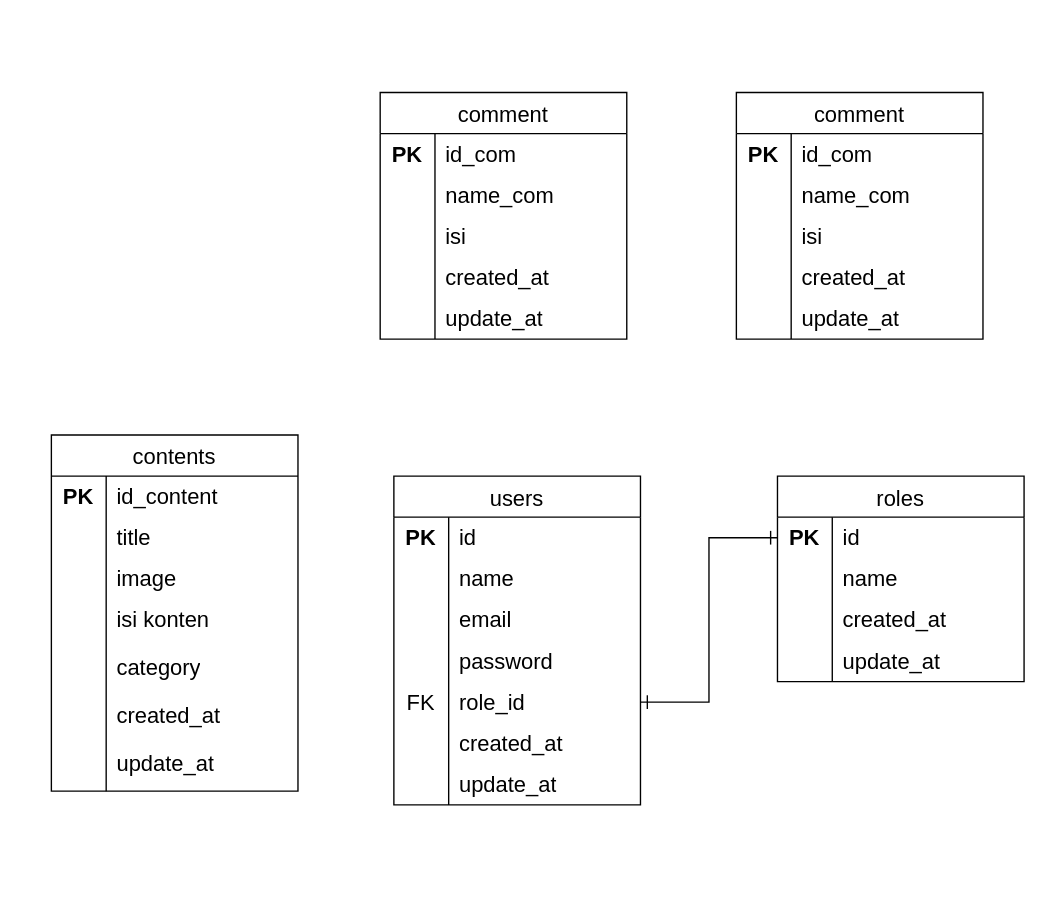
MzXax1/Planding keeps this draw.io diagram as page "db desain" (1 of 4) of Diagram Tanpa Judul.drawio. Above is the earlier version. Source tidied: cells renumbered, new cells numbered last; positions are measured from the earlier drawing's top-left corner, leaving out a move shared by most shapes. Both pictures are drawn from the tidied source at 137%, with x=0, y=0 at pixel (51, 92).
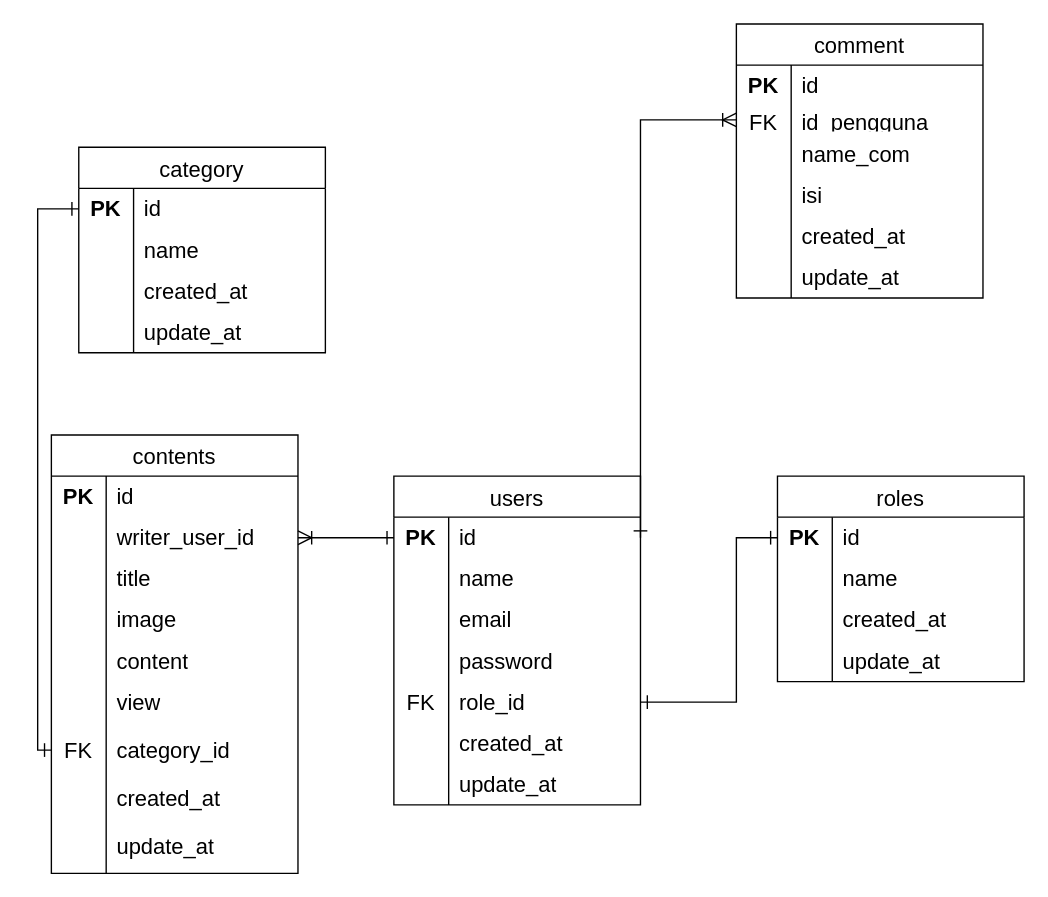
The same page after the edit.

The change refers to these unchanged cells:
```xml
<mxCell id="3" style="shape=tableRow;horizontal=0;startSize=0;swimlaneHead=0;swimlaneBody=0;top=0;left=0;bottom=0;right=0;fillColor=none;points=[[0,0.5],[1,0.5]];portConstraint=eastwest;strokeColor=inherit;fontSize=16;" parent="2" vertex="1">
  <mxGeometry y="30" width="180" height="30" as="geometry" />
</mxCell>
<mxCell id="15" style="shape=tableRow;horizontal=0;startSize=0;swimlaneHead=0;swimlaneBody=0;top=0;left=0;bottom=0;right=0;fillColor=none;points=[[0,0.5],[1,0.5]];portConstraint=eastwest;strokeColor=inherit;fontSize=16;" parent="2" vertex="1">
  <mxGeometry y="150" width="180" height="30" as="geometry" />
</mxCell>
<mxCell id="25" style="shape=tableRow;horizontal=0;startSize=0;swimlaneHead=0;swimlaneBody=0;top=0;left=0;bottom=0;right=0;fillColor=none;points=[[0,0.5],[1,0.5]];portConstraint=eastwest;strokeColor=inherit;fontSize=16;" parent="24" vertex="1">
  <mxGeometry y="30" width="180" height="30" as="geometry" />
</mxCell>
<mxCell id="39" style="shape=tableRow;horizontal=0;startSize=0;swimlaneHead=0;swimlaneBody=0;top=0;left=0;bottom=0;right=0;fillColor=none;strokeColor=inherit;fontSize=16;verticalAlign=bottom;" parent="38" vertex="1">
  <mxGeometry y="30" width="180" height="30" as="geometry" />
</mxCell>
<mxCell id="61" style="shape=tableRow;horizontal=0;startSize=0;swimlaneHead=0;swimlaneBody=0;top=0;left=0;bottom=0;right=0;fillColor=none;strokeColor=inherit;fontSize=16;" parent="60" vertex="1">
  <mxGeometry y="30" width="180" height="30" as="geometry" />
</mxCell>
<mxCell id="77" style="shape=tableRow;horizontal=0;startSize=0;swimlaneHead=0;swimlaneBody=0;top=0;left=0;bottom=0;right=0;fillColor=none;points=[[0,0.5],[1,0.5]];portConstraint=eastwest;strokeColor=inherit;fontSize=16;" parent="76" vertex="1">
  <mxGeometry y="30" width="180" height="30" as="geometry" />
</mxCell>
<mxCell id="80" style="shape=tableRow;horizontal=0;startSize=0;swimlaneHead=0;swimlaneBody=0;top=0;left=0;bottom=0;right=0;fillColor=none;strokeColor=inherit;fontSize=16;" parent="76" vertex="1">
  <mxGeometry y="60" width="180" height="30" as="geometry" />
</mxCell>
```

Diff of the diagram source:
```diff
@@
-<mxGraphModel>
+<mxGraphModel background="#ffffff">
@@
     <mxCell id="37" style="edgeStyle=elbowEdgeStyle;elbow=horizontal;endArrow=ERone;html=1;curved=0;rounded=0;endSize=8;startSize=8;entryX=0;entryY=0.5;entryDx=0;entryDy=0;exitX=1;exitY=0.5;exitDx=0;exitDy=0;startArrow=ERone;startFill=0;endFill=0;" parent="1" edge="1" source="15" target="25">
-      <mxGeometry relative="1" as="geometry" />
+      <mxGeometry relative="1" as="geometry">
+        <Array as="points">
+          <mxPoint x="500" y="370" />
+        </Array>
+      </mxGeometry>
     </mxCell>
     <mxCell id="38" value="contents" style="shape=table;startSize=30;childLayout=tableLayout;rowLines=0;fontStyle=0;strokeColor=default;fontSize=16;" parent="1" vertex="1">
-      <mxGeometry y="250" width="180" height="260" as="geometry" />
+      <mxGeometry y="250" width="180" height="320" as="geometry" />
     </mxCell>
@@
-    <mxCell id="41" value="id_content" style="shape=partialRectangle;html=1;whiteSpace=wrap;fillColor=none;top=0;left=0;bottom=0;right=0;align=left;spacingLeft=6;overflow=hidden;strokeColor=inherit;fontSize=16;" parent="39" vertex="1">
+    <mxCell id="41" value="id" style="shape=partialRectangle;html=1;whiteSpace=wrap;fillColor=none;top=0;left=0;bottom=0;right=0;align=left;spacingLeft=6;overflow=hidden;strokeColor=inherit;fontSize=16;" parent="39" vertex="1">
       <mxGeometry x="40" width="140" height="30" as="geometry" />
     </mxCell>
+    <mxCell id="92" style="shape=tableRow;horizontal=0;startSize=0;swimlaneHead=0;swimlaneBody=0;top=0;left=0;bottom=0;right=0;fillColor=none;points=[[0,0.5],[1,0.5]];portConstraint=eastwest;strokeColor=inherit;fontSize=16;verticalAlign=bottom;" parent="38" vertex="1">
+      <mxGeometry y="60" width="180" height="30" as="geometry" />
+    </mxCell>
+    <mxCell id="93" style="shape=partialRectangle;html=1;whiteSpace=wrap;fillColor=none;top=0;left=0;bottom=0;right=0;overflow=hidden;strokeColor=inherit;fontSize=16;" parent="92" vertex="1">
+      <mxGeometry width="40" height="30" as="geometry" />
+    </mxCell>
+    <mxCell id="94" value="writer_user_id" style="shape=partialRectangle;html=1;whiteSpace=wrap;fillColor=none;top=0;left=0;bottom=0;right=0;align=left;spacingLeft=6;overflow=hidden;strokeColor=inherit;fontSize=16;" parent="92" vertex="1">
+      <mxGeometry x="40" width="140" height="30" as="geometry" />
+    </mxCell>
     <mxCell id="42" style="shape=tableRow;horizontal=0;startSize=0;swimlaneHead=0;swimlaneBody=0;top=0;left=0;bottom=0;right=0;fillColor=none;strokeColor=inherit;fontSize=16;" parent="38" vertex="1">
-      <mxGeometry y="60" width="180" height="30" as="geometry" />
+      <mxGeometry y="90" width="180" height="30" as="geometry" />
     </mxCell>
@@
     <mxCell id="45" style="shape=tableRow;horizontal=0;startSize=0;swimlaneHead=0;swimlaneBody=0;top=0;left=0;bottom=0;right=0;fillColor=none;strokeColor=inherit;fontSize=16;" parent="38" vertex="1">
-      <mxGeometry y="90" width="180" height="30" as="geometry" />
+      <mxGeometry y="120" width="180" height="30" as="geometry" />
     </mxCell>
@@
     <mxCell id="48" style="shape=tableRow;horizontal=0;startSize=0;swimlaneHead=0;swimlaneBody=0;top=0;left=0;bottom=0;right=0;fillColor=none;strokeColor=inherit;fontSize=16;" parent="38" vertex="1">
-      <mxGeometry y="120" width="180" height="30" as="geometry" />
+      <mxGeometry y="150" width="180" height="30" as="geometry" />
     </mxCell>
@@
-    <mxCell id="50" value="isi konten" style="shape=partialRectangle;html=1;whiteSpace=wrap;fillColor=none;top=0;left=0;bottom=0;right=0;align=left;spacingLeft=6;overflow=hidden;strokeColor=inherit;fontSize=16;" parent="48" vertex="1">
+    <mxCell id="50" value="content" style="shape=partialRectangle;html=1;whiteSpace=wrap;fillColor=none;top=0;left=0;bottom=0;right=0;align=left;spacingLeft=6;overflow=hidden;strokeColor=inherit;fontSize=16;" parent="48" vertex="1">
       <mxGeometry x="40" width="140" height="30" as="geometry" />
     </mxCell>
+    <mxCell id="95" style="shape=tableRow;horizontal=0;startSize=0;swimlaneHead=0;swimlaneBody=0;top=0;left=0;bottom=0;right=0;fillColor=none;strokeColor=inherit;fontSize=16;" parent="38" vertex="1">
+      <mxGeometry y="180" width="180" height="30" as="geometry" />
+    </mxCell>
+    <mxCell id="96" style="shape=partialRectangle;html=1;whiteSpace=wrap;fillColor=none;top=0;left=0;bottom=0;right=0;overflow=hidden;strokeColor=inherit;fontSize=16;" parent="95" vertex="1">
+      <mxGeometry width="40" height="30" as="geometry" />
+    </mxCell>
+    <mxCell id="97" value="view" style="shape=partialRectangle;html=1;whiteSpace=wrap;fillColor=none;top=0;left=0;bottom=0;right=0;align=left;spacingLeft=6;overflow=hidden;strokeColor=inherit;fontSize=16;" parent="95" vertex="1">
+      <mxGeometry x="40" width="140" height="30" as="geometry" />
+    </mxCell>
     <mxCell id="51" style="shape=tableRow;horizontal=0;startSize=0;swimlaneHead=0;swimlaneBody=0;top=0;left=0;bottom=0;right=0;fillColor=none;points=[[0,0.5],[1,0.5]];portConstraint=eastwest;strokeColor=inherit;fontSize=16;" parent="38" vertex="1">
-      <mxGeometry y="150" width="180" height="40" as="geometry" />
+      <mxGeometry y="210" width="180" height="40" as="geometry" />
     </mxCell>
-    <mxCell id="52" style="shape=partialRectangle;html=1;whiteSpace=wrap;fillColor=none;top=0;left=0;bottom=0;right=0;overflow=hidden;strokeColor=inherit;fontSize=16;" parent="51" vertex="1">
+    <mxCell id="52" value="FK" style="shape=partialRectangle;html=1;whiteSpace=wrap;fillColor=none;top=0;left=0;bottom=0;right=0;overflow=hidden;strokeColor=inherit;fontSize=16;" parent="51" vertex="1">
       <mxGeometry width="40" height="40" as="geometry" />
     </mxCell>
-    <mxCell id="53" value="category" style="shape=partialRectangle;html=1;whiteSpace=wrap;fillColor=none;top=0;left=0;bottom=0;right=0;align=left;spacingLeft=6;overflow=hidden;strokeColor=inherit;fontSize=16;" parent="51" vertex="1">
+    <mxCell id="53" value="category_id" style="shape=partialRectangle;html=1;whiteSpace=wrap;fillColor=none;top=0;left=0;bottom=0;right=0;align=left;spacingLeft=6;overflow=hidden;strokeColor=inherit;fontSize=16;" parent="51" vertex="1">
       <mxGeometry x="40" width="140" height="40" as="geometry" />
     </mxCell>
     <mxCell id="54" style="shape=tableRow;horizontal=0;startSize=0;swimlaneHead=0;swimlaneBody=0;top=0;left=0;bottom=0;right=0;fillColor=none;strokeColor=inherit;fontSize=16;" parent="38" vertex="1">
-      <mxGeometry y="190" width="180" height="30" as="geometry" />
+      <mxGeometry y="250" width="180" height="30" as="geometry" />
     </mxCell>
@@
     <mxCell id="57" style="shape=tableRow;horizontal=0;startSize=0;swimlaneHead=0;swimlaneBody=0;top=0;left=0;bottom=0;right=0;fillColor=none;strokeColor=inherit;fontSize=16;" parent="38" vertex="1">
-      <mxGeometry y="220" width="180" height="40" as="geometry" />
+      <mxGeometry y="280" width="180" height="40" as="geometry" />
     </mxCell>
@@
     <mxCell id="60" value="comment" style="shape=table;startSize=30;childLayout=tableLayout;rowLines=0;fontStyle=0;strokeColor=default;fontSize=16;" parent="1" vertex="1">
-      <mxGeometry x="240" width="180" height="180" as="geometry" />
+      <mxGeometry x="500" y="-50" width="180" height="200" as="geometry" />
     </mxCell>
@@
-    <mxCell id="63" value="id_com" style="shape=partialRectangle;html=1;whiteSpace=wrap;fillColor=none;top=0;left=0;bottom=0;right=0;align=left;spacingLeft=6;overflow=hidden;strokeColor=inherit;fontSize=16;" parent="61" vertex="1">
+    <mxCell id="63" value="id" style="shape=partialRectangle;html=1;whiteSpace=wrap;fillColor=none;top=0;left=0;bottom=0;right=0;align=left;spacingLeft=6;overflow=hidden;strokeColor=inherit;fontSize=16;" parent="61" vertex="1">
       <mxGeometry x="40" width="140" height="30" as="geometry" />
     </mxCell>
+    <mxCell id="98" style="shape=tableRow;horizontal=0;startSize=0;swimlaneHead=0;swimlaneBody=0;top=0;left=0;bottom=0;right=0;fillColor=none;points=[[0,0.5],[1,0.5]];portConstraint=eastwest;strokeColor=inherit;fontSize=16;" parent="60" vertex="1">
+      <mxGeometry y="60" width="180" height="20" as="geometry" />
+    </mxCell>
+    <mxCell id="99" value="FK" style="shape=partialRectangle;html=1;whiteSpace=wrap;fillColor=none;top=0;left=0;bottom=0;right=0;overflow=hidden;strokeColor=inherit;fontSize=16;" parent="98" vertex="1">
+      <mxGeometry width="40" height="20" as="geometry" />
+    </mxCell>
+    <mxCell id="100" value="id_pengguna" style="shape=partialRectangle;html=1;whiteSpace=wrap;fillColor=none;top=0;left=0;bottom=0;right=0;align=left;spacingLeft=6;overflow=hidden;strokeColor=inherit;fontSize=16;" parent="98" vertex="1">
+      <mxGeometry x="40" width="140" height="20" as="geometry" />
+    </mxCell>
     <mxCell id="64" style="shape=tableRow;horizontal=0;startSize=0;swimlaneHead=0;swimlaneBody=0;top=0;left=0;bottom=0;right=0;fillColor=none;strokeColor=inherit;fontSize=16;" parent="60" vertex="1">
-      <mxGeometry y="60" width="180" height="30" as="geometry" />
+      <mxGeometry y="80" width="180" height="30" as="geometry" />
     </mxCell>
@@
     <mxCell id="67" style="shape=tableRow;horizontal=0;startSize=0;swimlaneHead=0;swimlaneBody=0;top=0;left=0;bottom=0;right=0;fillColor=none;strokeColor=inherit;fontSize=16;" parent="60" vertex="1">
-      <mxGeometry y="90" width="180" height="30" as="geometry" />
+      <mxGeometry y="110" width="180" height="30" as="geometry" />
     </mxCell>
@@
     <mxCell id="70" style="shape=tableRow;horizontal=0;startSize=0;swimlaneHead=0;swimlaneBody=0;top=0;left=0;bottom=0;right=0;fillColor=none;strokeColor=inherit;fontSize=16;" parent="60" vertex="1">
-      <mxGeometry y="120" width="180" height="30" as="geometry" />
+      <mxGeometry y="140" width="180" height="30" as="geometry" />
     </mxCell>
@@
     <mxCell id="73" style="shape=tableRow;horizontal=0;startSize=0;swimlaneHead=0;swimlaneBody=0;top=0;left=0;bottom=0;right=0;fillColor=none;strokeColor=inherit;fontSize=16;" parent="60" vertex="1">
-      <mxGeometry y="150" width="180" height="30" as="geometry" />
+      <mxGeometry y="170" width="180" height="30" as="geometry" />
     </mxCell>
@@
-    <mxCell id="76" value="comment" style="shape=table;startSize=30;childLayout=tableLayout;rowLines=0;fontStyle=0;strokeColor=default;fontSize=16;" parent="1" vertex="1">
-      <mxGeometry x="500" width="180" height="180" as="geometry" />
+    <mxCell id="76" value="category" style="shape=table;startSize=30;childLayout=tableLayout;rowLines=0;fontStyle=0;strokeColor=default;fontSize=16;" parent="1" vertex="1">
+      <mxGeometry x="20" y="40" width="180" height="150" as="geometry" />
     </mxCell>
@@
-    <mxCell id="79" value="id_com" style="shape=partialRectangle;html=1;whiteSpace=wrap;fillColor=none;top=0;left=0;bottom=0;right=0;align=left;spacingLeft=6;overflow=hidden;strokeColor=inherit;fontSize=16;" parent="77" vertex="1">
+    <mxCell id="79" value="id" style="shape=partialRectangle;html=1;whiteSpace=wrap;fillColor=none;top=0;left=0;bottom=0;right=0;align=left;spacingLeft=6;overflow=hidden;strokeColor=inherit;fontSize=16;" parent="77" vertex="1">
       <mxGeometry x="40" width="140" height="30" as="geometry" />
     </mxCell>
@@
-    <mxCell id="82" value="name_com" style="shape=partialRectangle;html=1;whiteSpace=wrap;fillColor=none;top=0;left=0;bottom=0;right=0;align=left;spacingLeft=6;overflow=hidden;strokeColor=inherit;fontSize=16;" parent="80" vertex="1">
+    <mxCell id="82" value="name" style="shape=partialRectangle;html=1;whiteSpace=wrap;fillColor=none;top=0;left=0;bottom=0;right=0;align=left;spacingLeft=6;overflow=hidden;strokeColor=inherit;fontSize=16;" parent="80" vertex="1">
       <mxGeometry x="40" width="140" height="30" as="geometry" />
     </mxCell>
-    <mxCell id="83" style="shape=tableRow;horizontal=0;startSize=0;swimlaneHead=0;swimlaneBody=0;top=0;left=0;bottom=0;right=0;fillColor=none;strokeColor=inherit;fontSize=16;" parent="76" vertex="1">
-      <mxGeometry y="90" width="180" height="30" as="geometry" />
-    </mxCell>
-    <mxCell id="84" style="shape=partialRectangle;html=1;whiteSpace=wrap;fillColor=none;top=0;left=0;bottom=0;right=0;overflow=hidden;strokeColor=inherit;fontSize=16;" parent="83" vertex="1">
-      <mxGeometry width="40" height="30" as="geometry" />
-    </mxCell>
-    <mxCell id="85" value="isi" style="shape=partialRectangle;html=1;whiteSpace=wrap;fillColor=none;top=0;left=0;bottom=0;right=0;align=left;spacingLeft=6;overflow=hidden;strokeColor=inherit;fontSize=16;" parent="83" vertex="1">
-      <mxGeometry x="40" width="140" height="30" as="geometry" />
-    </mxCell>
     <mxCell id="86" style="shape=tableRow;horizontal=0;startSize=0;swimlaneHead=0;swimlaneBody=0;top=0;left=0;bottom=0;right=0;fillColor=none;strokeColor=inherit;fontSize=16;" parent="76" vertex="1">
-      <mxGeometry y="120" width="180" height="30" as="geometry" />
+      <mxGeometry y="90" width="180" height="30" as="geometry" />
     </mxCell>
@@
     <mxCell id="89" style="shape=tableRow;horizontal=0;startSize=0;swimlaneHead=0;swimlaneBody=0;top=0;left=0;bottom=0;right=0;fillColor=none;strokeColor=inherit;fontSize=16;" parent="76" vertex="1">
-      <mxGeometry y="150" width="180" height="30" as="geometry" />
+      <mxGeometry y="120" width="180" height="30" as="geometry" />
     </mxCell>
@@
+    <mxCell id="101" style="edgeStyle=elbowEdgeStyle;elbow=vertical;endArrow=ERone;html=1;curved=0;rounded=0;endSize=8;startSize=8;exitX=1;exitY=0.5;exitDx=0;exitDy=0;entryX=0;entryY=0.5;entryDx=0;entryDy=0;endFill=0;startArrow=ERoneToMany;startFill=0;" parent="1" edge="1" source="92" target="3">
+      <mxGeometry relative="1" as="geometry" />
+    </mxCell>
+    <mxCell id="102" style="edgeStyle=elbowEdgeStyle;elbow=horizontal;endArrow=ERone;html=1;curved=0;rounded=0;endSize=8;startSize=8;entryX=0;entryY=0.5;entryDx=0;entryDy=0;endFill=0;startArrow=ERone;startFill=0;exitX=0;exitY=0.5;exitDx=0;exitDy=0;" parent="1" edge="1" source="51" target="77">
+      <mxGeometry relative="1" as="geometry">
+        <Array as="points">
+          <mxPoint x="-10" y="105" />
+        </Array>
+      </mxGeometry>
+    </mxCell>
+    <mxCell id="103" style="edgeStyle=elbowEdgeStyle;elbow=vertical;endArrow=ERoneToMany;html=1;curved=0;rounded=0;endSize=8;startSize=8;exitX=1;exitY=0.5;exitDx=0;exitDy=0;entryX=0;entryY=0.5;entryDx=0;entryDy=0;endFill=0;startArrow=ERone;startFill=0;" parent="1" edge="1" source="3" target="98">
+      <mxGeometry relative="1" as="geometry">
+        <Array as="points">
+          <mxPoint x="400" y="20" />
+          <mxPoint x="490" y="335" />
+        </Array>
+      </mxGeometry>
+    </mxCell>
```
